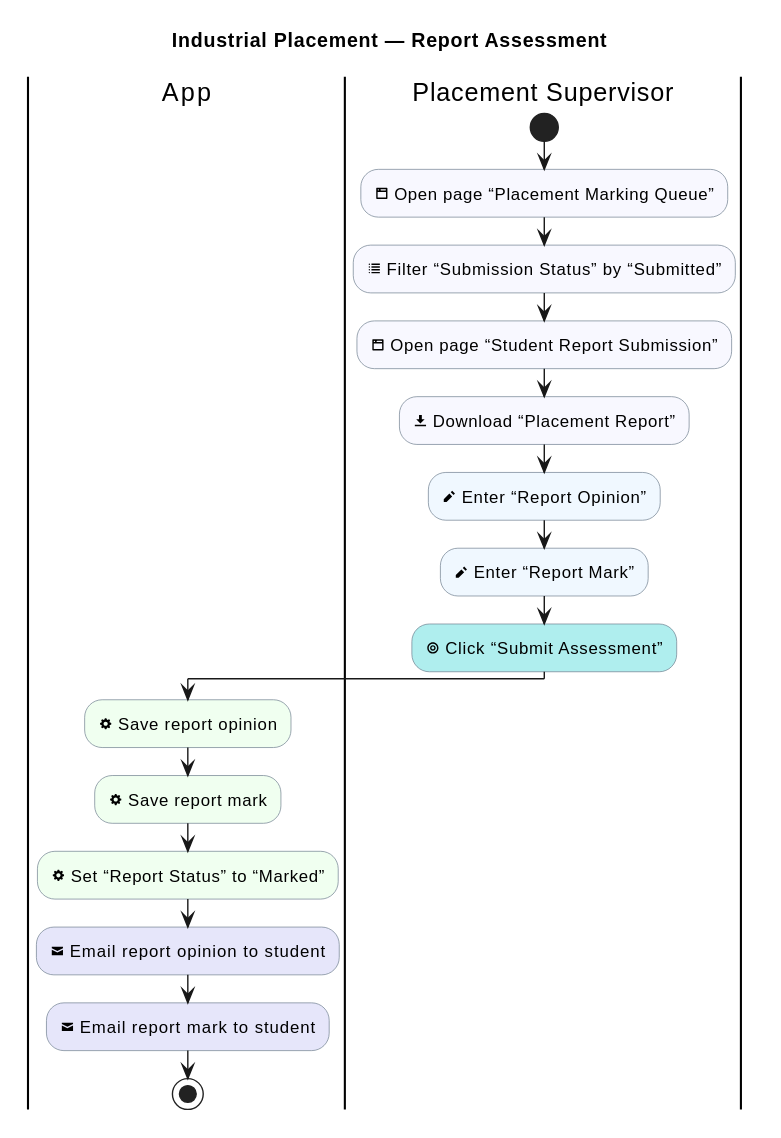
Earlier version of the PlantUML export industrial-placement-group-project/diagrams/industrial-placement/report-assessment.svg (sdflkjssl/sdflkjssl.github.io).
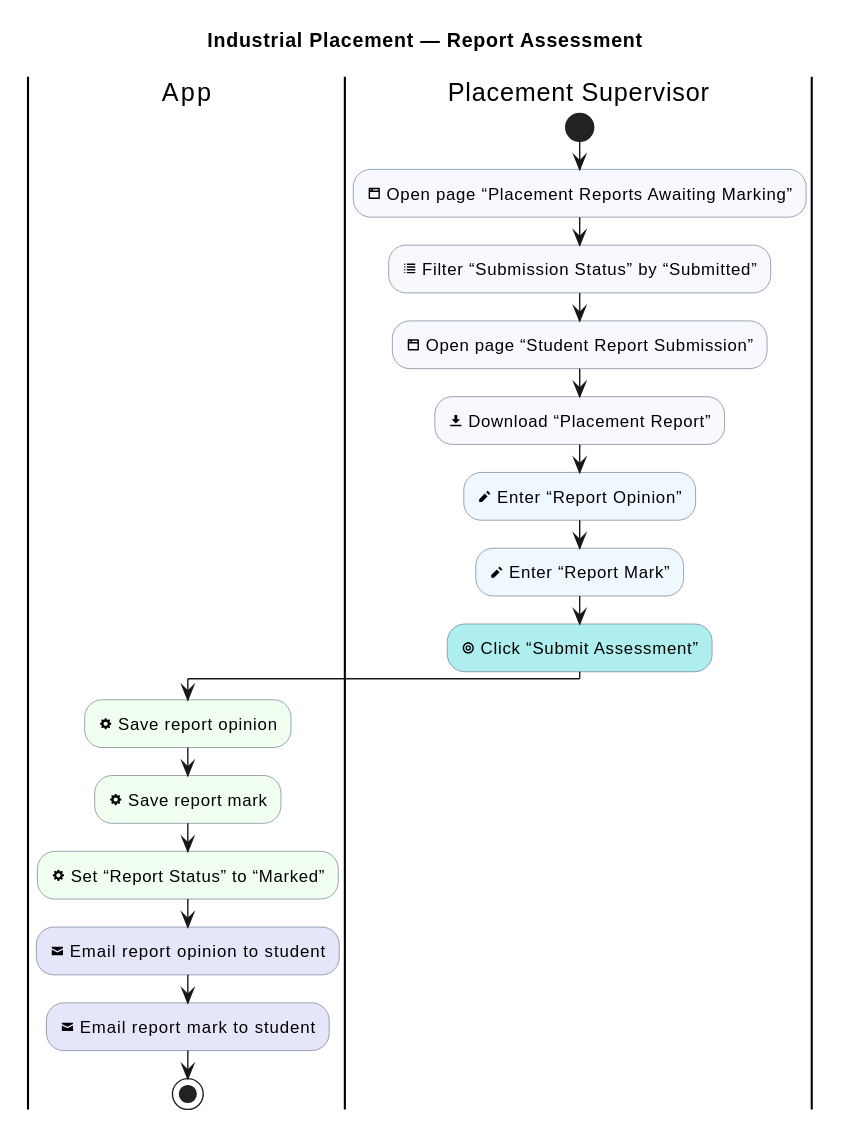
The same file after the commit.

The edit, as a diff of the source:
```diff
@@ -12,7 +12,7 @@
 
 |Placement Supervisor|
 start
-:<&browser> Open page “Placement Marking Queue”; <<#GhostWhite>>
+:<&browser> Open page “Placement Reports Awaiting Marking”; <<#GhostWhite>>
 :<&list> Filter “Submission Status” by “Submitted”; <<#GhostWhite>>
 :<&browser> Open page “Student Report Submission”; <<#GhostWhite>>
 :<&data-transfer-download> Download “Placement Report”; <<#GhostWhite>>
```
